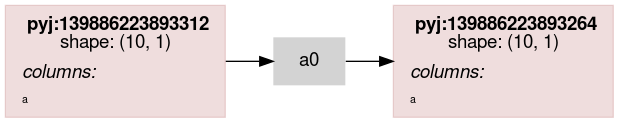
The Graphviz diagram scripts/rdflog/a0.ttl.dot.png in asmirnov69/pyjviz-poc, before a commit. Its source is kept beside it as scripts/rdflog/a0.ttl.dot.
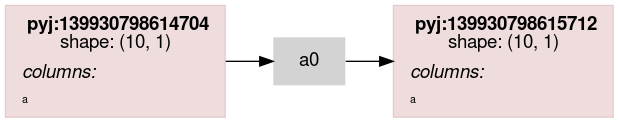
Above is the later version.

What changed in the source:
```diff
@@ -14,7 +14,7 @@
                 color="#88000022"
                 shape = rect
                 label = <<table border="0" cellborder="0" cellspacing="0" cellpadding="4">
-                         <tr> <td> <b>pyj:139886223893312</b><br/>shape: (10, 1)</td> </tr>
+                         <tr> <td> <b>pyj:139930798614704</b><br/>shape: (10, 1)</td> </tr>
                          <tr> <td align="left"><i>columns:</i><br align="left"/></td></tr>
                 <tr><td align="left"><FONT POINT-SIZE="8px">a</FONT></td></tr>
                          </table>>
@@ -23,7 +23,7 @@
                 color="#88000022"
                 shape = rect
                 label = <<table border="0" cellborder="0" cellspacing="0" cellpadding="4">
-                         <tr> <td> <b>pyj:139886223893264</b><br/>shape: (10, 1)</td> </tr>
+                         <tr> <td> <b>pyj:139930798615712</b><br/>shape: (10, 1)</td> </tr>
                          <tr> <td align="left"><i>columns:</i><br align="left"/></td></tr>
                 <tr><td align="left"><FONT POINT-SIZE="8px">a</FONT></td></tr>
                          </table>>
```
